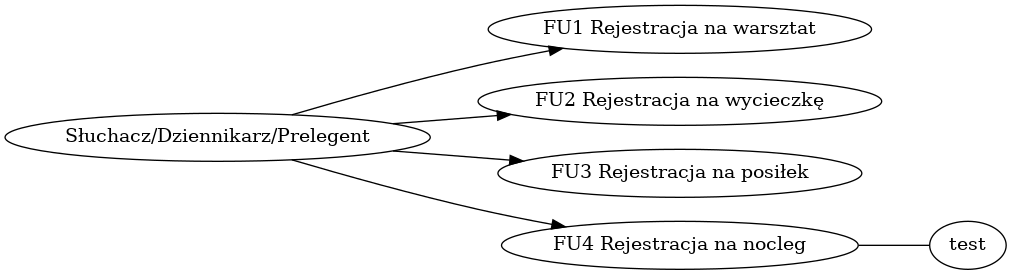
The Graphviz diagram ps.png in zyla/iop_konferencja, before a commit. Its source is kept beside it as ps.dot.
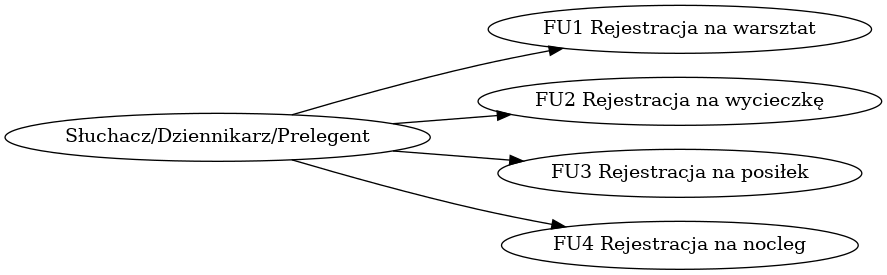
After the change.

Change to the diagram source:
```diff
@@ -2,5 +2,4 @@
 "Słuchacz/Dziennikarz/Prelegent" -> "FU2 Rejestracja na wycieczkę"
 "Słuchacz/Dziennikarz/Prelegent" -> "FU3 Rejestracja na posiłek"
 "Słuchacz/Dziennikarz/Prelegent" -> "FU4 Rejestracja na nocleg"
-"FU4 Rejestracja na nocleg" -> "test" [dir=none]
  }
```
